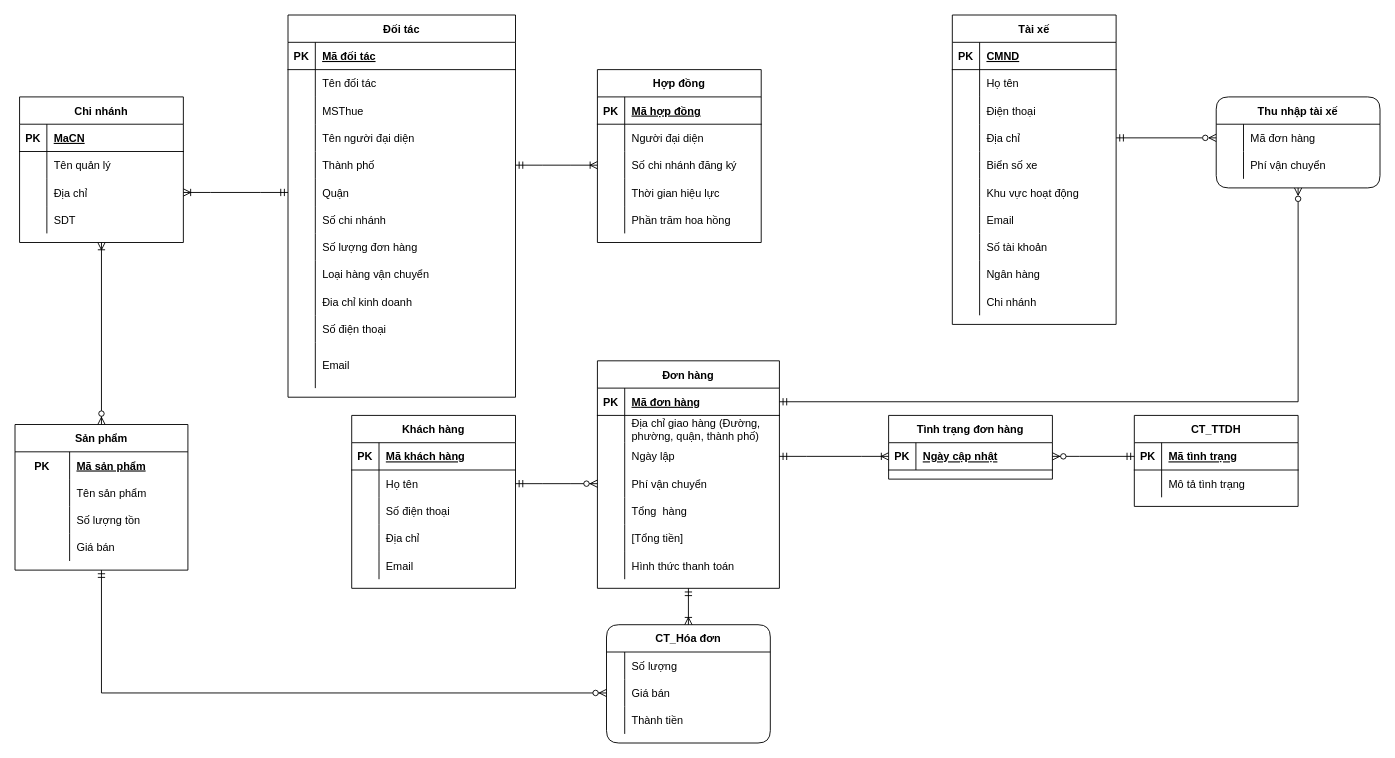
This is HQT-CSDL.drawio from tranngoclam16/HQT-CSDL, a draw.io file, before an edit. Source tidied: cells renumbered, new cells numbered last; positions are measured from the earlier drawing's top-left corner, leaving out a move shared by most shapes. Both pictures are drawn from the tidied source at 91%, with x=0, y=0 at pixel (15, 15).
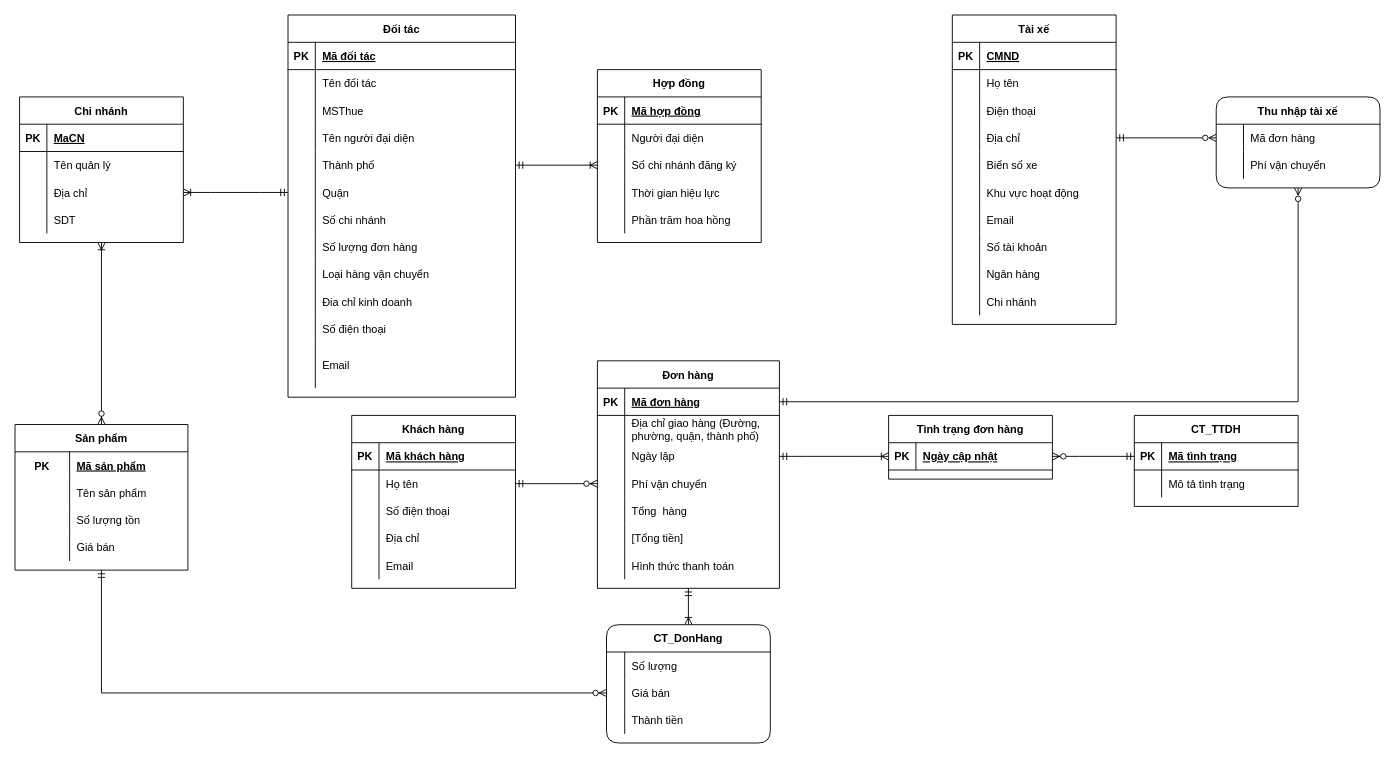
Above is the later version.

What changed in the source:
```diff
@@
-    <mxCell id="137" value="CT_Hóa đơn" style="shape=table;startSize=30;childLayout=tableLayout;rowLines=0;fontStyle=1;align=center;rounded=1;" parent="1" vertex="1">
+    <mxCell id="137" value="CT_DonHang" style="shape=table;startSize=30;childLayout=tableLayout;rowLines=0;fontStyle=1;align=center;rounded=1;" parent="1" vertex="1">
       <mxGeometry x="650" y="670" width="180" height="130" as="geometry" />
     </mxCell>
```
